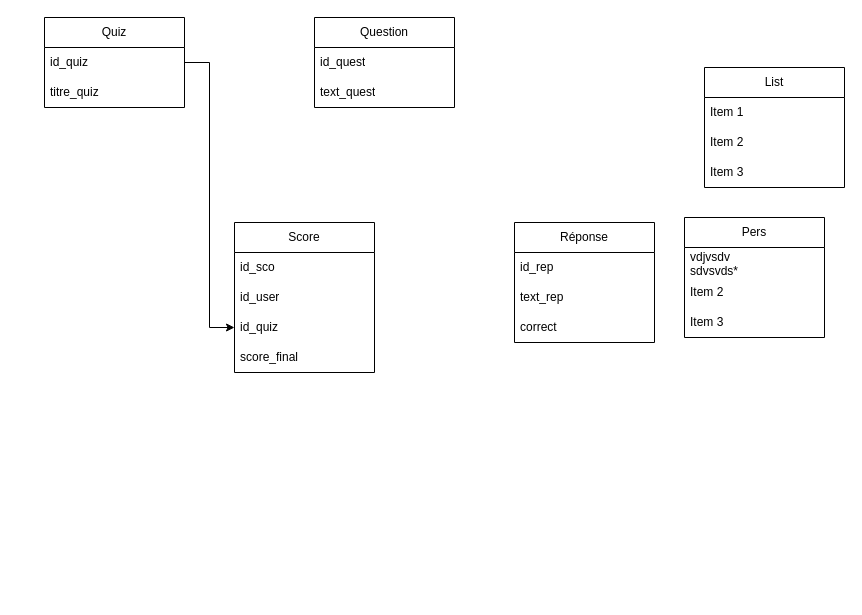
Maminjatovo/Mcd_hack_it_supernova keeps this draw.io diagram as mcd.drawio. Above is the earlier version. Source tidied: cells renumbered, new cells numbered last; positions are measured from the earlier drawing's top-left corner, leaving out a move shared by most shapes. Both pictures are drawn from the tidied source at 100%, with x=0, y=0 at pixel (44, 17).
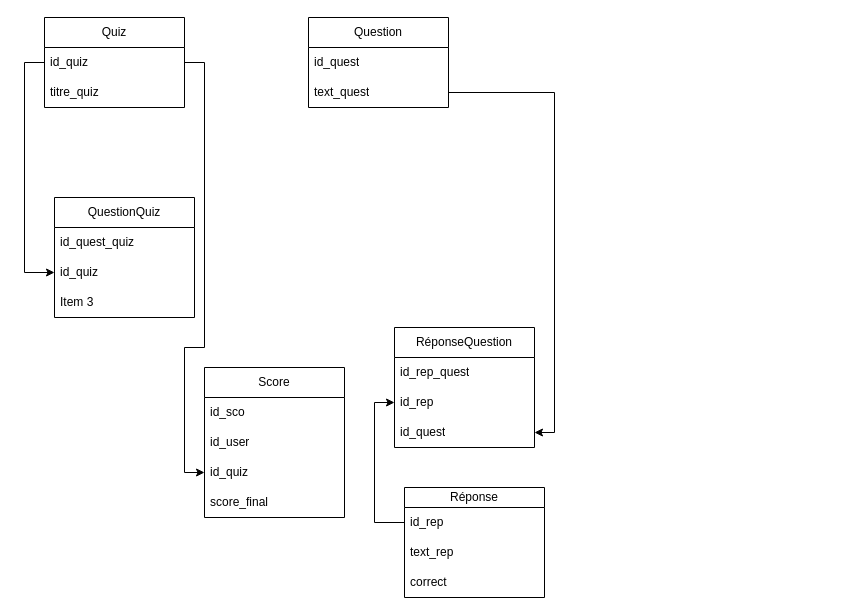
After the change.

Commit message (it also covers changes not shown here):
Mettre à jour mcd.drawio

Unchanged cells that the change refers to:
```xml
<mxCell id="12" value="text_quest" style="text;strokeColor=none;fillColor=none;align=left;verticalAlign=middle;spacingLeft=4;spacingRight=4;overflow=hidden;points=[[0,0.5],[1,0.5]];portConstraint=eastwest;whiteSpace=wrap;html=1;" parent="10" vertex="1">
  <mxGeometry y="60" width="140" height="30" as="geometry" />
</mxCell>
<mxCell id="14" value="id_quiz" style="text;strokeColor=none;fillColor=none;align=left;verticalAlign=middle;spacingLeft=4;spacingRight=4;overflow=hidden;points=[[0,0.5],[1,0.5]];portConstraint=eastwest;whiteSpace=wrap;html=1;" parent="13" vertex="1">
  <mxGeometry y="30" width="140" height="30" as="geometry" />
</mxCell>
<mxCell id="23" value="id_quiz" style="text;strokeColor=none;fillColor=none;align=left;verticalAlign=middle;spacingLeft=4;spacingRight=4;overflow=hidden;points=[[0,0.5],[1,0.5]];portConstraint=eastwest;whiteSpace=wrap;html=1;" parent="20" vertex="1">
  <mxGeometry y="90" width="140" height="30" as="geometry" />
</mxCell>
```

The edit, as a diff of the source:
```diff
@@
-    <mxCell id="2" value="Pers" style="swimlane;fontStyle=0;horizontal=1;startSize=30;whiteSpace=wrap;html=1;" parent="1" vertex="1">
-      <mxGeometry x="640" y="200" width="140" height="120" as="geometry" />
-    </mxCell>
-    <mxCell id="3" value="&lt;div&gt;vdjvsdv&lt;/div&gt;&lt;div&gt;sdvsvds*&lt;br&gt;&lt;/div&gt;" style="text;strokeColor=none;fillColor=none;align=left;verticalAlign=middle;spacingLeft=4;spacingRight=4;overflow=hidden;whiteSpace=wrap;html=1;" parent="2" vertex="1">
-      <mxGeometry y="30" width="140" height="30" as="geometry" />
-    </mxCell>
-    <mxCell id="4" value="Item 2" style="text;strokeColor=none;fillColor=none;align=left;verticalAlign=middle;spacingLeft=4;spacingRight=4;overflow=hidden;whiteSpace=wrap;html=1;" parent="2" vertex="1">
-      <mxGeometry y="60" width="140" height="30" as="geometry" />
-    </mxCell>
-    <mxCell id="5" value="Item 3" style="text;strokeColor=none;fillColor=none;align=left;verticalAlign=middle;spacingLeft=4;spacingRight=4;overflow=hidden;whiteSpace=wrap;html=1;" parent="2" vertex="1">
-      <mxGeometry y="90" width="140" height="30" as="geometry" />
-    </mxCell>
-    <mxCell id="6" value="List" style="swimlane;fontStyle=0;horizontal=1;startSize=30;whiteSpace=wrap;html=1;" parent="1" vertex="1">
-      <mxGeometry x="660" y="50" width="140" height="120" as="geometry" />
-    </mxCell>
-    <mxCell id="7" value="Item 1" style="text;strokeColor=none;fillColor=none;align=left;verticalAlign=middle;spacingLeft=4;spacingRight=4;overflow=hidden;whiteSpace=wrap;html=1;" parent="6" vertex="1">
-      <mxGeometry y="30" width="140" height="30" as="geometry" />
-    </mxCell>
-    <mxCell id="8" value="Item 2" style="text;strokeColor=none;fillColor=none;align=left;verticalAlign=middle;spacingLeft=4;spacingRight=4;overflow=hidden;whiteSpace=wrap;html=1;" parent="6" vertex="1">
-      <mxGeometry y="60" width="140" height="30" as="geometry" />
-    </mxCell>
-    <mxCell id="9" value="Item 3" style="text;strokeColor=none;fillColor=none;align=left;verticalAlign=middle;spacingLeft=4;spacingRight=4;overflow=hidden;whiteSpace=wrap;html=1;" parent="6" vertex="1">
-      <mxGeometry y="90" width="140" height="30" as="geometry" />
-    </mxCell>
     <mxCell id="10" value="Question" style="swimlane;fontStyle=0;horizontal=1;startSize=30;whiteSpace=wrap;html=1;" parent="1" vertex="1">
-      <mxGeometry x="270" width="140" height="90" as="geometry" />
+      <mxGeometry x="264" width="140" height="90" as="geometry" />
     </mxCell>
@@
-    <mxCell id="16" value="Réponse" style="swimlane;fontStyle=0;horizontal=1;startSize=30;whiteSpace=wrap;html=1;" parent="1" vertex="1">
-      <mxGeometry x="470" y="205" width="140" height="120" as="geometry" />
+    <mxCell id="16" value="Réponse" style="swimlane;fontStyle=0;horizontal=1;startSize=20;whiteSpace=wrap;html=1;" parent="1" vertex="1">
+      <mxGeometry x="360" y="470" width="140" height="110" as="geometry" />
     </mxCell>
     <mxCell id="17" value="id_rep" style="text;strokeColor=none;fillColor=none;align=left;verticalAlign=middle;spacingLeft=4;spacingRight=4;overflow=hidden;points=[[0,0.5],[1,0.5]];portConstraint=eastwest;whiteSpace=wrap;html=1;" parent="16" vertex="1">
-      <mxGeometry y="30" width="140" height="30" as="geometry" />
+      <mxGeometry y="20" width="140" height="30" as="geometry" />
     </mxCell>
     <mxCell id="18" value="text_rep" style="text;strokeColor=none;fillColor=none;align=left;verticalAlign=middle;spacingLeft=4;spacingRight=4;overflow=hidden;whiteSpace=wrap;html=1;" parent="16" vertex="1">
-      <mxGeometry y="60" width="140" height="30" as="geometry" />
+      <mxGeometry y="50" width="140" height="30" as="geometry" />
     </mxCell>
     <mxCell id="19" value="correct" style="text;strokeColor=none;fillColor=none;align=left;verticalAlign=middle;spacingLeft=4;spacingRight=4;overflow=hidden;whiteSpace=wrap;html=1;" parent="16" vertex="1">
-      <mxGeometry y="90" width="140" height="30" as="geometry" />
+      <mxGeometry y="80" width="140" height="30" as="geometry" />
     </mxCell>
     <mxCell id="20" value="Score" style="swimlane;fontStyle=0;horizontal=1;startSize=30;whiteSpace=wrap;html=1;" parent="1" vertex="1">
-      <mxGeometry x="190" y="205" width="140" height="150" as="geometry" />
+      <mxGeometry x="160" y="350" width="140" height="150" as="geometry" />
     </mxCell>
@@
     <mxCell id="25" style="edgeStyle=orthogonalEdgeStyle;rounded=0;jettySize=auto;html=1;exitX=1;exitY=0.5;exitDx=0;exitDy=0;entryX=0;entryY=0.5;entryDx=0;entryDy=0;" parent="1" edge="1" source="14" target="23">
-      <mxGeometry relative="1" as="geometry" />
+      <mxGeometry relative="1" as="geometry">
+        <Array as="points">
+          <mxPoint x="160" y="45" />
+          <mxPoint x="160" y="330" />
+          <mxPoint x="140" y="330" />
+          <mxPoint x="140" y="455" />
+        </Array>
+      </mxGeometry>
     </mxCell>
+    <mxCell id="26" value="QuestionQuiz" style="swimlane;fontStyle=0;horizontal=1;startSize=30;whiteSpace=wrap;html=1;" parent="1" vertex="1">
+      <mxGeometry x="10" y="180" width="140" height="120" as="geometry" />
+    </mxCell>
+    <mxCell id="27" value="id_quest_quiz" style="text;strokeColor=none;fillColor=none;align=left;verticalAlign=middle;spacingLeft=4;spacingRight=4;overflow=hidden;whiteSpace=wrap;html=1;" parent="26" vertex="1">
+      <mxGeometry y="30" width="140" height="30" as="geometry" />
+    </mxCell>
+    <mxCell id="28" value="id_quiz" style="text;strokeColor=none;fillColor=none;align=left;verticalAlign=middle;spacingLeft=4;spacingRight=4;overflow=hidden;points=[[0,0.5],[1,0.5]];portConstraint=eastwest;whiteSpace=wrap;html=1;" parent="26" vertex="1">
+      <mxGeometry y="60" width="140" height="30" as="geometry" />
+    </mxCell>
+    <mxCell id="29" value="Item 3" style="text;strokeColor=none;fillColor=none;align=left;verticalAlign=middle;spacingLeft=4;spacingRight=4;overflow=hidden;whiteSpace=wrap;html=1;" parent="26" vertex="1">
+      <mxGeometry y="90" width="140" height="30" as="geometry" />
+    </mxCell>
+    <mxCell id="30" style="edgeStyle=orthogonalEdgeStyle;rounded=0;jettySize=auto;html=1;exitX=0;exitY=0.5;exitDx=0;exitDy=0;entryX=0;entryY=0.5;entryDx=0;entryDy=0;" parent="1" edge="1" source="14" target="28">
+      <mxGeometry relative="1" as="geometry" />
+    </mxCell>
+    <mxCell id="31" value="RéponseQuestion" style="swimlane;fontStyle=0;horizontal=1;startSize=30;whiteSpace=wrap;html=1;" parent="1" vertex="1">
+      <mxGeometry x="350" y="310" width="140" height="120" as="geometry" />
+    </mxCell>
+    <mxCell id="32" value="id_rep_quest" style="text;strokeColor=none;fillColor=none;align=left;verticalAlign=middle;spacingLeft=4;spacingRight=4;overflow=hidden;whiteSpace=wrap;html=1;" parent="31" vertex="1">
+      <mxGeometry y="30" width="140" height="30" as="geometry" />
+    </mxCell>
+    <mxCell id="33" value="id_rep" style="text;strokeColor=none;fillColor=none;align=left;verticalAlign=middle;spacingLeft=4;spacingRight=4;overflow=hidden;points=[[0,0.5],[1,0.5]];portConstraint=eastwest;whiteSpace=wrap;html=1;" parent="31" vertex="1">
+      <mxGeometry y="60" width="140" height="30" as="geometry" />
+    </mxCell>
+    <mxCell id="34" value="id_quest" style="text;strokeColor=none;fillColor=none;align=left;verticalAlign=middle;spacingLeft=4;spacingRight=4;overflow=hidden;points=[[0,0.5],[1,0.5]];portConstraint=eastwest;whiteSpace=wrap;html=1;" parent="31" vertex="1">
+      <mxGeometry y="90" width="140" height="30" as="geometry" />
+    </mxCell>
+    <mxCell id="35" style="edgeStyle=orthogonalEdgeStyle;rounded=0;jettySize=auto;html=1;exitX=1;exitY=0.5;exitDx=0;exitDy=0;entryX=1;entryY=0.5;entryDx=0;entryDy=0;" parent="1" edge="1" source="12" target="34">
+      <mxGeometry relative="1" as="geometry" />
+    </mxCell>
+    <mxCell id="36" style="edgeStyle=orthogonalEdgeStyle;rounded=0;jettySize=auto;html=1;exitX=0;exitY=0.5;exitDx=0;exitDy=0;entryX=0;entryY=0.5;entryDx=0;entryDy=0;" parent="1" edge="1" source="17" target="33">
+      <mxGeometry relative="1" as="geometry" />
+    </mxCell>
```
